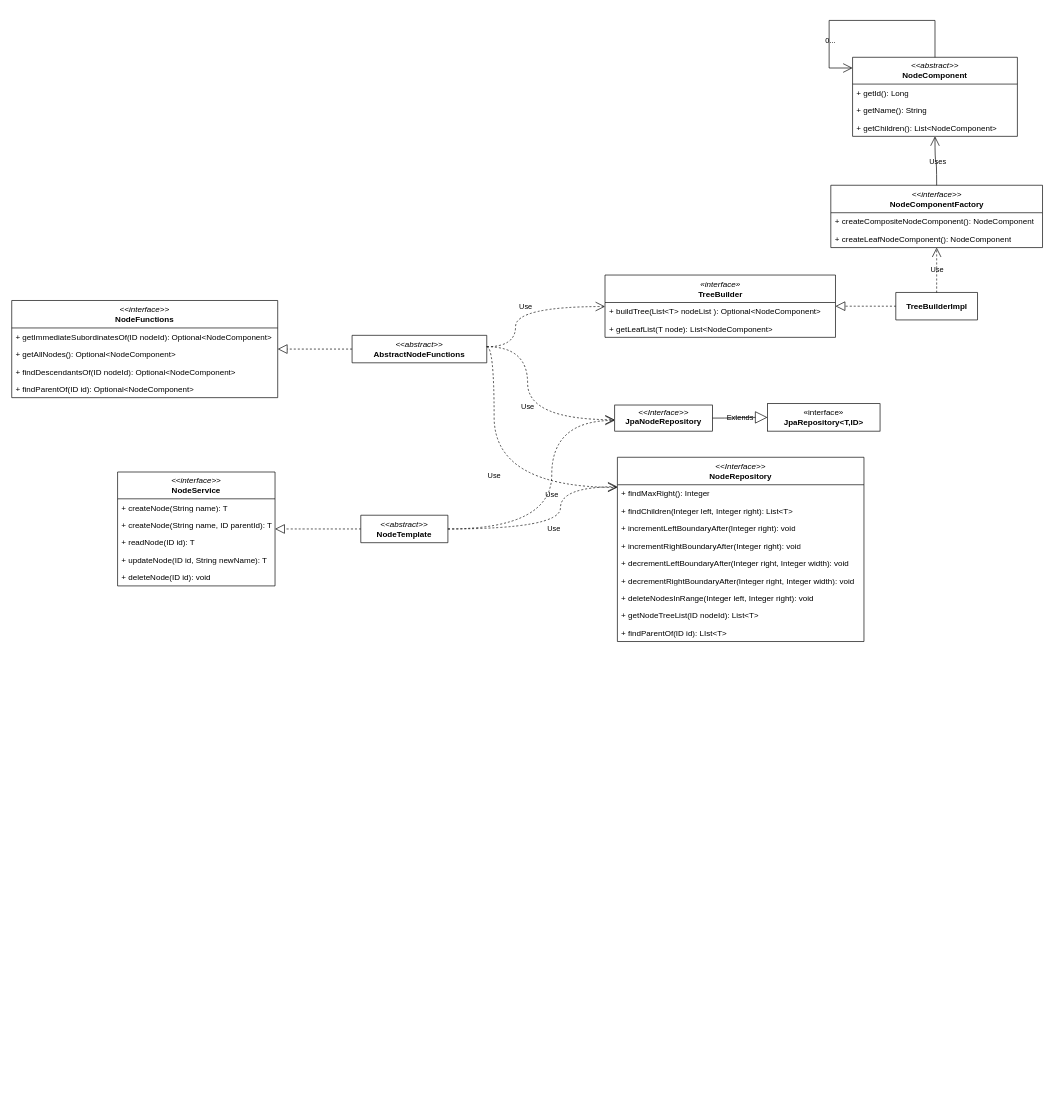
khinemyaezin/NestedSet keeps this draw.io diagram as uml.drawio. Above is the earlier version. Source tidied: cells renumbered, new cells numbered last; positions are measured from the earlier drawing's top-left corner, leaving out a move shared by most shapes. Both pictures are drawn from the tidied source at 67%, with x=0, y=0 at pixel (11, 20).
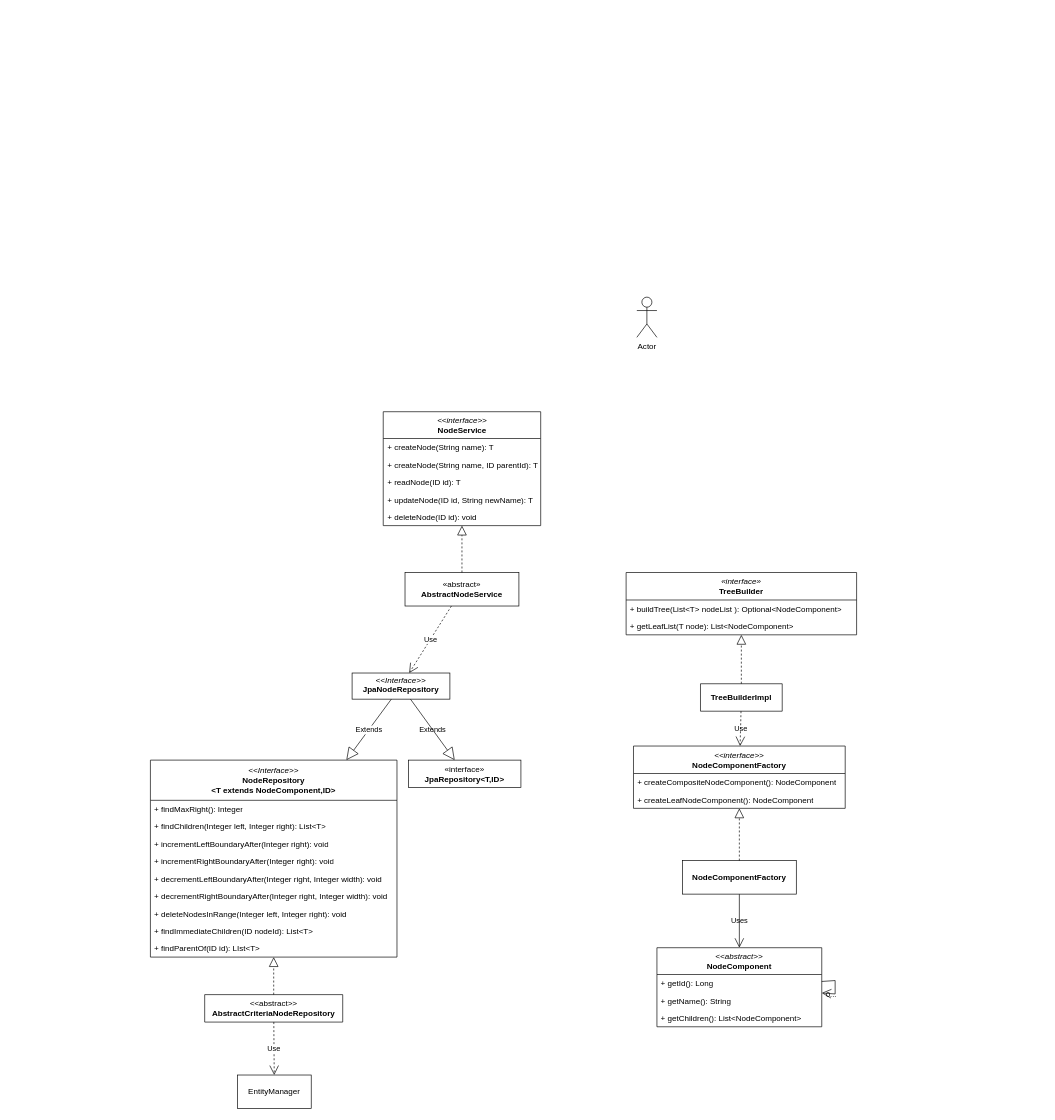
After the change.

What changed in the source:
```diff
@@
     <mxCell id="2" value="&lt;div&gt;&lt;i&gt;&amp;lt;&amp;lt;abstract&amp;gt;&amp;gt;&lt;/i&gt;&lt;/div&gt;&lt;b&gt;NodeComponent&lt;/b&gt;" style="swimlane;fontStyle=0;horizontal=1;startSize=40;fillColor=none;whiteSpace=wrap;html=1;labelBackgroundColor=none;" parent="1" vertex="1">
-      <mxGeometry x="1255" y="55" width="246" height="118" as="geometry" />
+      <mxGeometry x="963" y="1384" width="246" height="118" as="geometry" />
     </mxCell>
@@
-    <mxCell id="6" value="Use" style="endArrow=open;endSize=12;dashed=1;html=1;rounded=0;edgeStyle=orthogonalEdgeStyle;curved=1;labelBackgroundColor=none;fontColor=default;" parent="1" edge="1" source="11" target="32">
-      <mxGeometry relative="1" as="geometry">
-        <Array as="points">
-          <mxPoint x="720" y="487" />
-          <mxPoint x="720" y="697" />
-        </Array>
-      </mxGeometry>
-    </mxCell>
-    <mxCell id="7" value="Use" style="endArrow=open;endSize=12;dashed=1;html=1;rounded=0;edgeStyle=orthogonalEdgeStyle;curved=1;labelBackgroundColor=none;fontColor=default;" parent="1" edge="1" source="11" target="29">
-      <mxGeometry relative="1" as="geometry">
-        <Array as="points">
-          <mxPoint x="752" y="487" />
-          <mxPoint x="752" y="427" />
-        </Array>
-      </mxGeometry>
-    </mxCell>
     <mxCell id="8" value="&lt;p style=&quot;margin:0px;margin-top:4px;text-align:center;&quot;&gt;&lt;i&gt;&amp;lt;&amp;lt;Interface&amp;gt;&amp;gt;&lt;/i&gt;&lt;br&gt;&lt;b&gt;JpaNodeRepository&lt;/b&gt;&lt;/p&gt;" style="verticalAlign=top;align=left;overflow=fill;html=1;whiteSpace=wrap;fillColor=none;labelBackgroundColor=none;" parent="1" vertex="1">
-      <mxGeometry x="900" y="574" width="146" height="39" as="geometry" />
+      <mxGeometry x="508" y="974" width="146" height="39" as="geometry" />
     </mxCell>
-    <mxCell id="9" value="Use" style="endArrow=open;endSize=12;dashed=1;html=1;rounded=0;edgeStyle=orthogonalEdgeStyle;curved=1;labelBackgroundColor=none;fontColor=default;" parent="1" edge="1" source="11" target="8">
-      <mxGeometry relative="1" as="geometry">
-        <Array as="points">
-          <mxPoint x="770" y="487" />
-          <mxPoint x="770" y="596" />
-        </Array>
-      </mxGeometry>
-    </mxCell>
-    <mxCell id="10" value="&lt;div&gt;&lt;i&gt;&amp;lt;&amp;lt;abstract&amp;gt;&amp;gt;&lt;/i&gt;&lt;/div&gt;&lt;div&gt;&lt;b&gt;NodeTemplate&lt;/b&gt;&lt;br&gt;&lt;/div&gt;" style="swimlane;fontStyle=0;horizontal=1;startSize=42;fillColor=none;whiteSpace=wrap;html=1;labelBackgroundColor=none;" parent="1" vertex="1" collapsed="1">
-      <mxGeometry x="521" y="738.5" width="130" height="41" as="geometry" />
+    <mxCell id="10" value="&lt;div&gt;&lt;i&gt;&amp;lt;&amp;lt;&lt;/i&gt;abstract&lt;i&gt;&amp;gt;&amp;gt;&lt;/i&gt;&lt;/div&gt;&lt;div&gt;&lt;b&gt;AbstractCriteriaNodeRepository&lt;/b&gt;&lt;br&gt;&lt;/div&gt;" style="swimlane;fontStyle=0;horizontal=1;startSize=42;fillColor=none;whiteSpace=wrap;html=1;labelBackgroundColor=none;" parent="1" vertex="1" collapsed="1">
+      <mxGeometry x="288" y="1454" width="206" height="41" as="geometry" />
     </mxCell>
-    <mxCell id="11" value="&lt;i&gt;&amp;lt;&amp;lt;abstract&amp;gt;&amp;gt;&lt;/i&gt;&lt;div&gt;&lt;b&gt;AbstractNodeFunctions&lt;/b&gt;&lt;br&gt;&lt;/div&gt;" style="swimlane;fontStyle=0;horizontal=1;startSize=41;fillColor=none;whiteSpace=wrap;html=1;labelBackgroundColor=none;" parent="1" vertex="1" collapsed="1">
-      <mxGeometry x="508" y="470" width="201" height="41" as="geometry" />
-    </mxCell>
     <mxCell id="12" value="&lt;i&gt;&amp;lt;&amp;lt;interface&amp;gt;&amp;gt;&lt;/i&gt;&lt;div&gt;&lt;div&gt;&lt;span style=&quot;background-color: initial;&quot;&gt;&lt;b&gt;NodeComponentFactory&lt;/b&gt;&lt;/span&gt;&lt;/div&gt;&lt;/div&gt;" style="swimlane;fontStyle=0;horizontal=1;startSize=41;fillColor=none;whiteSpace=wrap;html=1;labelBackgroundColor=none;" parent="1" vertex="1">
-      <mxGeometry x="1222.5" y="246" width="316" height="93" as="geometry" />
+      <mxGeometry x="928" y="1083" width="316" height="93" as="geometry" />
     </mxCell>
@@
     <mxCell id="15" value="&lt;div&gt;&lt;i&gt;&amp;lt;&amp;lt;interface&amp;gt;&amp;gt;&lt;/i&gt;&lt;/div&gt;&lt;b&gt;NodeService&lt;/b&gt;" style="swimlane;fontStyle=0;horizontal=1;startSize=40;fillColor=none;whiteSpace=wrap;html=1;labelBackgroundColor=none;" parent="1" vertex="1">
-      <mxGeometry x="158" y="674" width="235" height="170" as="geometry" />
+      <mxGeometry x="554.5" y="584" width="235" height="170" as="geometry" />
     </mxCell>
@@
-    <mxCell id="21" style="endArrow=block;dashed=1;endFill=0;endSize=12;html=1;rounded=0;edgeStyle=orthogonalEdgeStyle;curved=1;labelBackgroundColor=none;fontColor=default;" parent="1" edge="1" source="10" target="15">
-      <mxGeometry relative="1" as="geometry" />
-    </mxCell>
-    <mxCell id="22" value="&lt;div&gt;&lt;i&gt;&amp;lt;&amp;lt;interface&amp;gt;&amp;gt;&lt;/i&gt;&lt;/div&gt;&lt;b&gt;NodeFunctions&lt;/b&gt;" style="swimlane;fontStyle=0;horizontal=1;startSize=41;fillColor=none;whiteSpace=wrap;html=1;labelBackgroundColor=none;" parent="1" vertex="1">
-      <mxGeometry y="418" width="397" height="145" as="geometry" />
-    </mxCell>
-    <mxCell id="23" value="&lt;div&gt;+ getImmediateSubordinatesOf(ID nodeId): Optional&amp;lt;NodeComponent&amp;gt;&lt;br&gt;&lt;/div&gt;" style="text;strokeColor=none;fillColor=none;align=left;verticalAlign=top;spacingLeft=4;spacingRight=4;overflow=hidden;whiteSpace=wrap;html=1;labelBackgroundColor=none;" parent="22" vertex="1">
-      <mxGeometry y="41" width="397" height="26" as="geometry" />
-    </mxCell>
-    <mxCell id="24" value="+&amp;nbsp;getAllNodes(): Optional&amp;lt;NodeComponent&amp;gt;&amp;nbsp;" style="text;strokeColor=none;fillColor=none;align=left;verticalAlign=top;spacingLeft=4;spacingRight=4;overflow=hidden;whiteSpace=wrap;html=1;labelBackgroundColor=none;" parent="22" vertex="1">
-      <mxGeometry y="67" width="397" height="26" as="geometry" />
-    </mxCell>
-    <mxCell id="25" value="+&amp;nbsp;findDescendantsOf(ID nodeId): Optional&amp;lt;NodeComponent&amp;gt;" style="text;strokeColor=none;fillColor=none;align=left;verticalAlign=top;spacingLeft=4;spacingRight=4;overflow=hidden;whiteSpace=wrap;html=1;labelBackgroundColor=none;" parent="22" vertex="1">
-      <mxGeometry y="93" width="397" height="26" as="geometry" />
-    </mxCell>
-    <mxCell id="26" value="+&amp;nbsp;findParentOf(ID id): Optional&amp;lt;NodeComponent&amp;gt;" style="text;strokeColor=none;fillColor=none;align=left;verticalAlign=top;spacingLeft=4;spacingRight=4;overflow=hidden;whiteSpace=wrap;html=1;labelBackgroundColor=none;" parent="22" vertex="1">
-      <mxGeometry y="119" width="397" height="26" as="geometry" />
-    </mxCell>
     <mxCell id="27" value="&lt;div&gt;&lt;b&gt;TreeBuilderImpl&lt;/b&gt;&lt;br&gt;&lt;/div&gt;" style="swimlane;fontStyle=0;horizontal=1;startSize=41;fillColor=none;whiteSpace=wrap;html=1;labelBackgroundColor=none;" parent="1" vertex="1" collapsed="1">
-      <mxGeometry x="1319.5" y="406" width="122" height="41" as="geometry" />
+      <mxGeometry x="1028" y="990" width="122" height="41" as="geometry" />
     </mxCell>
-    <mxCell id="28" style="endArrow=block;dashed=1;endFill=0;endSize=12;html=1;rounded=0;edgeStyle=orthogonalEdgeStyle;curved=1;labelBackgroundColor=none;fontColor=default;" parent="1" edge="1" source="27" target="29">
+    <mxCell id="28" style="endArrow=block;dashed=1;endFill=0;endSize=12;html=1;rounded=0;labelBackgroundColor=none;fontColor=default;" parent="1" edge="1" source="27" target="29">
       <mxGeometry relative="1" as="geometry" />
     </mxCell>
     <mxCell id="29" value="&lt;i&gt;«interface»&lt;br&gt;&lt;/i&gt;&lt;b&gt;TreeBuilder&lt;/b&gt;" style="swimlane;fontStyle=0;horizontal=1;startSize=41;fillColor=none;whiteSpace=wrap;html=1;labelBackgroundColor=none;" parent="1" vertex="1">
-      <mxGeometry x="885.5" y="380" width="344" height="93" as="geometry" />
+      <mxGeometry x="917" y="824" width="344" height="93" as="geometry" />
     </mxCell>
@@
-    <mxCell id="32" value="&lt;div&gt;&lt;i&gt;&amp;lt;&amp;lt;Interface&amp;gt;&amp;gt;&lt;/i&gt;&lt;/div&gt;&lt;div&gt;&lt;b style=&quot;&quot;&gt;NodeRepository&lt;/b&gt;&lt;/div&gt;" style="swimlane;fontStyle=0;horizontal=1;startSize=41;fillColor=none;whiteSpace=wrap;html=1;labelBackgroundColor=none;" parent="1" vertex="1">
-      <mxGeometry x="904" y="652" width="368" height="275" as="geometry" />
+    <mxCell id="32" value="&lt;div&gt;&lt;i&gt;&amp;lt;&amp;lt;Interface&amp;gt;&amp;gt;&lt;/i&gt;&lt;/div&gt;&lt;div&gt;&lt;b style=&quot;&quot;&gt;NodeRepository&lt;/b&gt;&lt;/div&gt;&lt;div&gt;&lt;span style=&quot;background-color: initial;&quot;&gt;&lt;b&gt;&amp;lt;T extends NodeComponent,ID&amp;gt;&lt;/b&gt;&lt;/span&gt;&lt;/div&gt;" style="swimlane;fontStyle=0;horizontal=1;startSize=60;fillColor=none;whiteSpace=wrap;html=1;labelBackgroundColor=none;" parent="1" vertex="1">
+      <mxGeometry x="207" y="1104" width="368" height="294" as="geometry" />
     </mxCell>
     <mxCell id="33" value="+&amp;nbsp;findMaxRight():&amp;nbsp;Integer" style="text;strokeColor=none;fillColor=none;align=left;verticalAlign=top;spacingLeft=4;spacingRight=4;overflow=hidden;whiteSpace=wrap;html=1;labelBackgroundColor=none;" parent="32" vertex="1">
-      <mxGeometry y="41" width="368" height="26" as="geometry" />
+      <mxGeometry y="60" width="368" height="26" as="geometry" />
     </mxCell>
     <mxCell id="34" value="+&amp;nbsp;findChildren(Integer left, Integer right): List&amp;lt;T&amp;gt;" style="text;strokeColor=none;fillColor=none;align=left;verticalAlign=top;spacingLeft=4;spacingRight=4;overflow=hidden;whiteSpace=wrap;html=1;labelBackgroundColor=none;" parent="32" vertex="1">
-      <mxGeometry y="67" width="368" height="26" as="geometry" />
+      <mxGeometry y="86" width="368" height="26" as="geometry" />
     </mxCell>
     <mxCell id="35" value="+&amp;nbsp;incrementLeftBoundaryAfter(Integer right): void" style="text;strokeColor=none;fillColor=none;align=left;verticalAlign=top;spacingLeft=4;spacingRight=4;overflow=hidden;whiteSpace=wrap;html=1;labelBackgroundColor=none;" parent="32" vertex="1">
-      <mxGeometry y="93" width="368" height="26" as="geometry" />
+      <mxGeometry y="112" width="368" height="26" as="geometry" />
     </mxCell>
     <mxCell id="36" value="+&amp;nbsp;incrementRightBoundaryAfter(Integer right): void" style="text;strokeColor=none;fillColor=none;align=left;verticalAlign=top;spacingLeft=4;spacingRight=4;overflow=hidden;whiteSpace=wrap;html=1;labelBackgroundColor=none;" parent="32" vertex="1">
-      <mxGeometry y="119" width="368" height="26" as="geometry" />
+      <mxGeometry y="138" width="368" height="26" as="geometry" />
     </mxCell>
     <mxCell id="37" value="+&amp;nbsp;decrementLeftBoundaryAfter(Integer right, Integer width): void" style="text;strokeColor=none;fillColor=none;align=left;verticalAlign=top;spacingLeft=4;spacingRight=4;overflow=hidden;whiteSpace=wrap;html=1;labelBackgroundColor=none;" parent="32" vertex="1">
-      <mxGeometry y="145" width="368" height="26" as="geometry" />
+      <mxGeometry y="164" width="368" height="26" as="geometry" />
     </mxCell>
     <mxCell id="38" value="+&amp;nbsp;decrementRightBoundaryAfter(Integer right, Integer width): void" style="text;strokeColor=none;fillColor=none;align=left;verticalAlign=top;spacingLeft=4;spacingRight=4;overflow=hidden;whiteSpace=wrap;html=1;labelBackgroundColor=none;" parent="32" vertex="1">
-      <mxGeometry y="171" width="368" height="26" as="geometry" />
+      <mxGeometry y="190" width="368" height="26" as="geometry" />
     </mxCell>
     <mxCell id="39" value="+&amp;nbsp;deleteNodesInRange(Integer left, Integer right): void" style="text;strokeColor=none;fillColor=none;align=left;verticalAlign=top;spacingLeft=4;spacingRight=4;overflow=hidden;whiteSpace=wrap;html=1;labelBackgroundColor=none;" parent="32" vertex="1">
-      <mxGeometry y="197" width="368" height="26" as="geometry" />
+      <mxGeometry y="216" width="368" height="26" as="geometry" />
     </mxCell>
-    <mxCell id="40" value="+&amp;nbsp;getNodeTreeList(ID nodeId): List&amp;lt;T&amp;gt;" style="text;strokeColor=none;fillColor=none;align=left;verticalAlign=top;spacingLeft=4;spacingRight=4;overflow=hidden;whiteSpace=wrap;html=1;labelBackgroundColor=none;" parent="32" vertex="1">
-      <mxGeometry y="223" width="368" height="26" as="geometry" />
+    <mxCell id="40" value="+&amp;nbsp;findImmediateChildren(ID nodeId): List&amp;lt;T&amp;gt;" style="text;strokeColor=none;fillColor=none;align=left;verticalAlign=top;spacingLeft=4;spacingRight=4;overflow=hidden;whiteSpace=wrap;html=1;labelBackgroundColor=none;" parent="32" vertex="1">
+      <mxGeometry y="242" width="368" height="26" as="geometry" />
     </mxCell>
     <mxCell id="41" value="+&amp;nbsp;findParentOf(ID id): LIst&amp;lt;T&amp;gt;" style="text;strokeColor=none;fillColor=none;align=left;verticalAlign=top;spacingLeft=4;spacingRight=4;overflow=hidden;whiteSpace=wrap;html=1;labelBackgroundColor=none;" parent="32" vertex="1">
-      <mxGeometry y="249" width="368" height="26" as="geometry" />
+      <mxGeometry y="268" width="368" height="26" as="geometry" />
     </mxCell>
     <mxCell id="42" value="«interface»&lt;br&gt;&lt;b&gt;JpaRepository&amp;lt;T,ID&amp;gt;&lt;/b&gt;" style="html=1;whiteSpace=wrap;labelBackgroundColor=none;" parent="1" vertex="1">
-      <mxGeometry x="1128" y="572" width="168" height="41" as="geometry" />
+      <mxGeometry x="592" y="1104" width="168" height="41" as="geometry" />
     </mxCell>
-    <mxCell id="43" value="Extends" style="endArrow=block;endSize=16;endFill=0;html=1;rounded=0;edgeStyle=orthogonalEdgeStyle;curved=1;labelBackgroundColor=none;fontColor=default;" parent="1" edge="1" source="8" target="42">
+    <mxCell id="43" value="Extends" style="endArrow=block;endSize=16;endFill=0;html=1;rounded=0;labelBackgroundColor=none;fontColor=default;" parent="1" edge="1" source="8" target="42">
       <mxGeometry relative="1" as="geometry" />
     </mxCell>
-    <mxCell id="44" value="Use" style="endArrow=open;endSize=12;dashed=1;html=1;rounded=0;edgeStyle=orthogonalEdgeStyle;curved=1;labelBackgroundColor=none;fontColor=default;" parent="1" edge="1" source="27" target="12">
+    <mxCell id="44" value="Use" style="endArrow=open;endSize=12;dashed=1;html=1;rounded=0;labelBackgroundColor=none;fontColor=default;" parent="1" edge="1" source="27" target="12">
       <mxGeometry relative="1" as="geometry" />
     </mxCell>
-    <mxCell id="45" value="Use" style="endArrow=open;endSize=12;dashed=1;html=1;rounded=0;edgeStyle=orthogonalEdgeStyle;curved=1;labelBackgroundColor=none;fontColor=default;" parent="1" edge="1" source="10" target="32">
-      <mxGeometry relative="1" as="geometry">
-        <Array as="points">
-          <mxPoint x="819" y="759" />
-          <mxPoint x="819" y="696" />
-        </Array>
-      </mxGeometry>
-    </mxCell>
-    <mxCell id="46" value="Use" style="endArrow=open;endSize=12;dashed=1;html=1;rounded=0;edgeStyle=orthogonalEdgeStyle;curved=1;labelBackgroundColor=none;fontColor=default;" parent="1" edge="1" source="10" target="8">
-      <mxGeometry relative="1" as="geometry">
-        <Array as="points">
-          <mxPoint x="806" y="759" />
-          <mxPoint x="806" y="597" />
-        </Array>
-      </mxGeometry>
-    </mxCell>
-    <mxCell id="47" style="endArrow=open;endFill=1;endSize=12;html=1;rounded=0;edgeStyle=orthogonalEdgeStyle;curved=1;labelBackgroundColor=none;fontColor=default;" parent="1" edge="1" source="12" target="2">
+    <mxCell id="47" style="endArrow=open;endFill=1;endSize=12;html=1;rounded=0;labelBackgroundColor=none;fontColor=default;" parent="1" edge="1" source="58" target="2">
       <mxGeometry relative="1" as="geometry" />
     </mxCell>
@@
-    <mxCell id="49" style="endArrow=open;endFill=1;endSize=12;html=1;rounded=0;edgeStyle=orthogonalEdgeStyle;labelBackgroundColor=none;fontColor=default;" parent="1" edge="1" source="2" target="2">
-      <mxGeometry relative="1" as="geometry">
-        <Array as="points">
-          <mxPoint x="1378" />
-          <mxPoint x="1220" />
-          <mxPoint x="1220" y="71" />
-        </Array>
-      </mxGeometry>
+    <mxCell id="49" style="endArrow=open;endFill=1;endSize=12;html=1;rounded=0;labelBackgroundColor=none;fontColor=default;" parent="1" edge="1" source="2" target="2">
+      <mxGeometry relative="1" as="geometry" />
     </mxCell>
@@
-    <mxCell id="51" style="endArrow=block;dashed=1;endFill=0;endSize=12;html=1;rounded=0;" parent="1" edge="1" source="11" target="22">
-      <mxGeometry relative="1" as="geometry" />
-    </mxCell>
+    <mxCell id="45" style="endArrow=block;dashed=1;endFill=0;endSize=12;html=1;rounded=0;" parent="1" edge="1" source="10" target="32">
+      <mxGeometry relative="1" as="geometry" />
+    </mxCell>
+    <mxCell id="52" value="Extends" style="endArrow=block;endSize=16;endFill=0;html=1;rounded=0;" parent="1" edge="1" source="8" target="32">
+      <mxGeometry relative="1" as="geometry" />
+    </mxCell>
+    <mxCell id="53" value="«abstract»&lt;br&gt;&lt;b&gt;AbstractNodeService&lt;/b&gt;" style="html=1;whiteSpace=wrap;" parent="1" vertex="1">
+      <mxGeometry x="587" y="824" width="170" height="50" as="geometry" />
+    </mxCell>
+    <mxCell id="54" style="endArrow=block;dashed=1;endFill=0;endSize=12;html=1;rounded=0;" parent="1" edge="1" source="53" target="15">
+      <mxGeometry relative="1" as="geometry" />
+    </mxCell>
+    <mxCell id="55" value="Use" style="endArrow=open;endSize=12;dashed=1;html=1;rounded=0;" parent="1" edge="1" source="53" target="8">
+      <mxGeometry relative="1" as="geometry" />
+    </mxCell>
+    <mxCell id="56" value="EntityManager" style="html=1;whiteSpace=wrap;" parent="1" vertex="1">
+      <mxGeometry x="337" y="1574" width="110" height="50" as="geometry" />
+    </mxCell>
+    <mxCell id="57" value="Use" style="endArrow=open;endSize=12;dashed=1;html=1;rounded=0;" parent="1" edge="1" source="10" target="56">
+      <mxGeometry relative="1" as="geometry" />
+    </mxCell>
+    <mxCell id="58" value="&lt;b&gt;NodeComponentFactory&lt;/b&gt;" style="html=1;whiteSpace=wrap;" parent="1" vertex="1">
+      <mxGeometry x="1001" y="1254" width="170" height="50" as="geometry" />
+    </mxCell>
+    <mxCell id="59" style="endArrow=block;dashed=1;endFill=0;endSize=12;html=1;rounded=0;" parent="1" edge="1" source="58" target="12">
+      <mxGeometry relative="1" as="geometry" />
+    </mxCell>
+    <mxCell id="60" value="Actor" style="shape=umlActor;verticalLabelPosition=bottom;verticalAlign=top;html=1;" parent="1" vertex="1">
+      <mxGeometry x="933" y="413" width="30" height="60" as="geometry" />
+    </mxCell>
```
